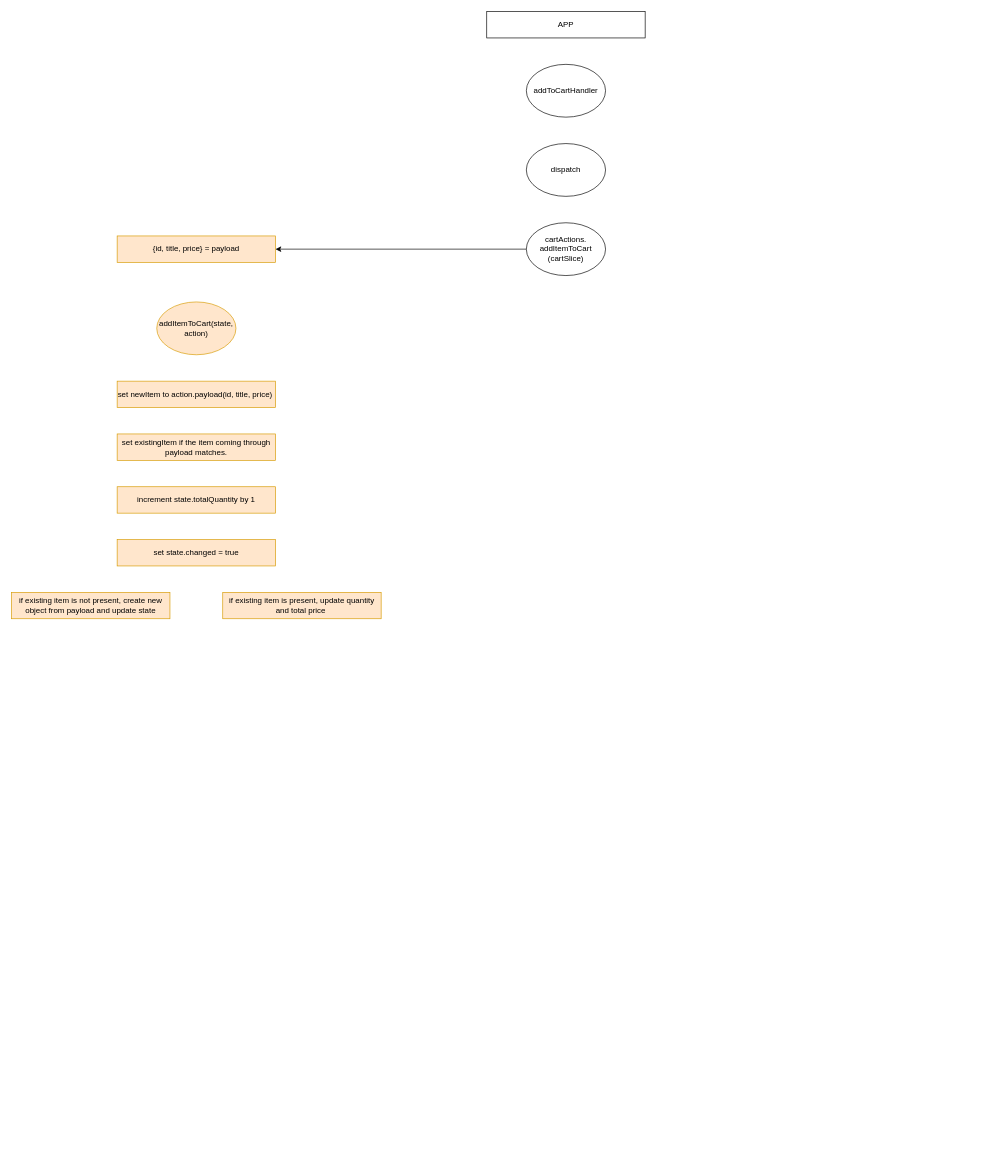
Above: page "Shopping cart- redux - On click Add To Cart" (8 of 8) of Untitled Diagram.drawio in snair0410/story (draw.io), before the change. Source tidied: cells renumbered, new cells numbered last; positions are measured from the earlier drawing's top-left corner, leaving out a move shared by most shapes. Both pictures are drawn from the tidied source at 66%, with x=0, y=0 at pixel (11, 11).
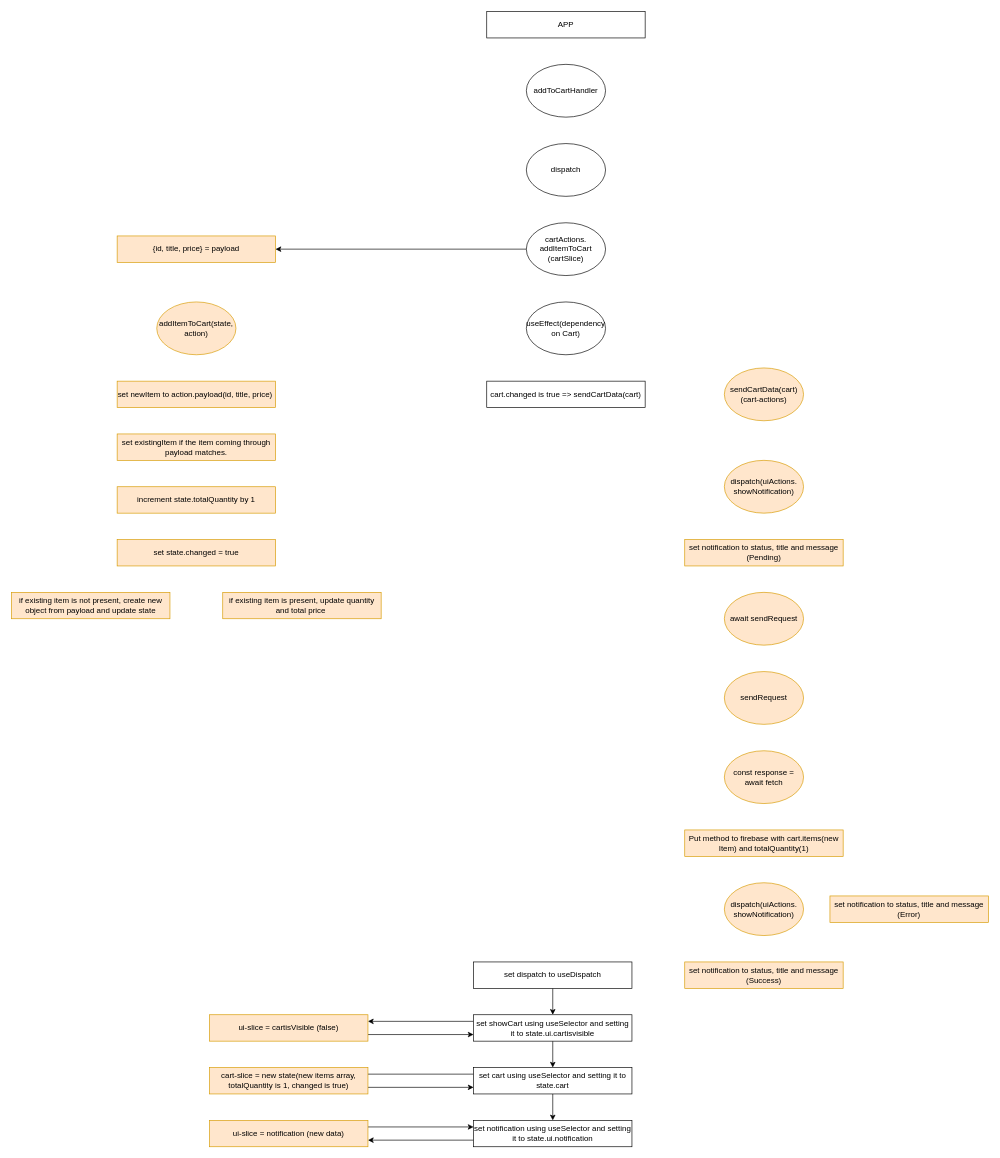
After the change.

The edit, as a diff of the source:
```diff
@@
+    <mxCell id="15" value="useEffect(dependency&lt;br&gt;on Cart)" style="ellipse;whiteSpace=wrap;html=1;" parent="1" vertex="1">
+      <mxGeometry x="780" y="440" width="120" height="80" as="geometry" />
+    </mxCell>
+    <mxCell id="16" value="cart.changed is true =&amp;gt; sendCartData(cart)" style="rounded=0;whiteSpace=wrap;html=1;" parent="1" vertex="1">
+      <mxGeometry x="720" y="560" width="240" height="40" as="geometry" />
+    </mxCell>
+    <mxCell id="17" value="sendCartData(cart)&lt;br&gt;(cart-actions)" style="ellipse;whiteSpace=wrap;html=1;fillColor=#ffe6cc;strokeColor=#d79b00;" parent="1" vertex="1">
+      <mxGeometry x="1080" y="540" width="120" height="80" as="geometry" />
+    </mxCell>
+    <mxCell id="18" value="dispatch(uiActions.&lt;br&gt;showNotification)" style="ellipse;whiteSpace=wrap;html=1;fillColor=#ffe6cc;strokeColor=#d79b00;" parent="1" vertex="1">
+      <mxGeometry x="1080" y="680" width="120" height="80" as="geometry" />
+    </mxCell>
+    <mxCell id="19" value="set notification to status, title and message (Pending)" style="rounded=0;whiteSpace=wrap;html=1;fillColor=#ffe6cc;strokeColor=#d79b00;" parent="1" vertex="1">
+      <mxGeometry x="1020" y="800" width="240" height="40" as="geometry" />
+    </mxCell>
+    <mxCell id="20" value="await sendRequest" style="ellipse;whiteSpace=wrap;html=1;fillColor=#ffe6cc;strokeColor=#d79b00;" parent="1" vertex="1">
+      <mxGeometry x="1080" y="880" width="120" height="80" as="geometry" />
+    </mxCell>
+    <mxCell id="21" value="sendRequest" style="ellipse;whiteSpace=wrap;html=1;fillColor=#ffe6cc;strokeColor=#d79b00;" parent="1" vertex="1">
+      <mxGeometry x="1080" y="1000" width="120" height="80" as="geometry" />
+    </mxCell>
+    <mxCell id="22" value="const response = await fetch" style="ellipse;whiteSpace=wrap;html=1;fillColor=#ffe6cc;strokeColor=#d79b00;" parent="1" vertex="1">
+      <mxGeometry x="1080" y="1120" width="120" height="80" as="geometry" />
+    </mxCell>
+    <mxCell id="23" value="Put method to firebase with cart.items(new Item) and totalQuantity(1)" style="rounded=0;whiteSpace=wrap;html=1;fillColor=#ffe6cc;strokeColor=#d79b00;" parent="1" vertex="1">
+      <mxGeometry x="1020" y="1240" width="240" height="40" as="geometry" />
+    </mxCell>
+    <mxCell id="24" value="dispatch(uiActions.&lt;br&gt;showNotification)" style="ellipse;whiteSpace=wrap;html=1;fillColor=#ffe6cc;strokeColor=#d79b00;" parent="1" vertex="1">
+      <mxGeometry x="1080" y="1320" width="120" height="80" as="geometry" />
+    </mxCell>
+    <mxCell id="25" value="set notification to status, title and message (Success)" style="rounded=0;whiteSpace=wrap;html=1;fillColor=#ffe6cc;strokeColor=#d79b00;" parent="1" vertex="1">
+      <mxGeometry x="1020" y="1440" width="240" height="40" as="geometry" />
+    </mxCell>
+    <mxCell id="26" value="set notification to status, title and message (Error)" style="rounded=0;whiteSpace=wrap;html=1;fillColor=#ffe6cc;strokeColor=#d79b00;" parent="1" vertex="1">
+      <mxGeometry x="1240" y="1340" width="240" height="40" as="geometry" />
+    </mxCell>
+    <mxCell id="27" style="edgeStyle=orthogonalEdgeStyle;rounded=0;jettySize=auto;html=1;exitX=0.5;exitY=1;exitDx=0;exitDy=0;entryX=0.5;entryY=0;entryDx=0;entryDy=0;" parent="1" edge="1" source="28" target="31">
+      <mxGeometry relative="1" as="geometry" />
+    </mxCell>
+    <mxCell id="28" value="set dispatch to useDispatch" style="rounded=0;whiteSpace=wrap;html=1;" parent="1" vertex="1">
+      <mxGeometry x="700" y="1440" width="240" height="40" as="geometry" />
+    </mxCell>
+    <mxCell id="29" style="edgeStyle=orthogonalEdgeStyle;rounded=0;jettySize=auto;html=1;exitX=0;exitY=0.25;exitDx=0;exitDy=0;entryX=1;entryY=0.25;entryDx=0;entryDy=0;" parent="1" edge="1" source="31" target="33">
+      <mxGeometry relative="1" as="geometry" />
+    </mxCell>
+    <mxCell id="30" style="edgeStyle=orthogonalEdgeStyle;rounded=0;jettySize=auto;html=1;exitX=0.5;exitY=1;exitDx=0;exitDy=0;entryX=0.5;entryY=0;entryDx=0;entryDy=0;" parent="1" edge="1" source="31" target="36">
+      <mxGeometry relative="1" as="geometry" />
+    </mxCell>
+    <mxCell id="31" value="set showCart using useSelector and setting it to state.ui.cartisvisible" style="rounded=0;whiteSpace=wrap;html=1;" parent="1" vertex="1">
+      <mxGeometry x="700" y="1520" width="240" height="40" as="geometry" />
+    </mxCell>
+    <mxCell id="32" style="edgeStyle=orthogonalEdgeStyle;rounded=0;jettySize=auto;html=1;exitX=1;exitY=0.75;exitDx=0;exitDy=0;entryX=0;entryY=0.75;entryDx=0;entryDy=0;" parent="1" edge="1" source="33" target="31">
+      <mxGeometry relative="1" as="geometry" />
+    </mxCell>
+    <mxCell id="33" value="ui-slice = cartisVisible (false)" style="rounded=0;whiteSpace=wrap;html=1;fillColor=#ffe6cc;strokeColor=#d79b00;" parent="1" vertex="1">
+      <mxGeometry x="300" y="1520" width="240" height="40" as="geometry" />
+    </mxCell>
+    <mxCell id="34" style="edgeStyle=orthogonalEdgeStyle;rounded=0;jettySize=auto;html=1;exitX=0;exitY=0.25;exitDx=0;exitDy=0;entryX=0.958;entryY=0.25;entryDx=0;entryDy=0;entryPerimeter=0;" parent="1" edge="1" source="36" target="38">
+      <mxGeometry relative="1" as="geometry" />
+    </mxCell>
+    <mxCell id="35" style="edgeStyle=orthogonalEdgeStyle;rounded=0;jettySize=auto;html=1;exitX=0.5;exitY=1;exitDx=0;exitDy=0;entryX=0.5;entryY=0;entryDx=0;entryDy=0;" parent="1" edge="1" source="36" target="40">
+      <mxGeometry relative="1" as="geometry" />
+    </mxCell>
+    <mxCell id="36" value="set cart using useSelector and setting it to state.cart" style="rounded=0;whiteSpace=wrap;html=1;" parent="1" vertex="1">
+      <mxGeometry x="700" y="1600" width="240" height="40" as="geometry" />
+    </mxCell>
+    <mxCell id="37" style="edgeStyle=orthogonalEdgeStyle;rounded=0;jettySize=auto;html=1;exitX=1;exitY=0.75;exitDx=0;exitDy=0;entryX=0;entryY=0.75;entryDx=0;entryDy=0;" parent="1" edge="1" source="38" target="36">
+      <mxGeometry relative="1" as="geometry" />
+    </mxCell>
+    <mxCell id="38" value="cart-slice = new state(new items array, totalQuantity is 1, changed is true)" style="rounded=0;whiteSpace=wrap;html=1;fillColor=#ffe6cc;strokeColor=#d79b00;" parent="1" vertex="1">
+      <mxGeometry x="300" y="1600" width="240" height="40" as="geometry" />
+    </mxCell>
+    <mxCell id="39" style="edgeStyle=orthogonalEdgeStyle;rounded=0;jettySize=auto;html=1;exitX=0;exitY=0.75;exitDx=0;exitDy=0;entryX=1;entryY=0.75;entryDx=0;entryDy=0;" parent="1" edge="1" source="40" target="42">
+      <mxGeometry relative="1" as="geometry" />
+    </mxCell>
+    <mxCell id="40" value="set notification using useSelector and setting it to state.ui.notification" style="rounded=0;whiteSpace=wrap;html=1;" parent="1" vertex="1">
+      <mxGeometry x="700" y="1680" width="240" height="40" as="geometry" />
+    </mxCell>
+    <mxCell id="41" style="edgeStyle=orthogonalEdgeStyle;rounded=0;jettySize=auto;html=1;exitX=1;exitY=0.25;exitDx=0;exitDy=0;entryX=0;entryY=0.25;entryDx=0;entryDy=0;" parent="1" edge="1" source="42" target="40">
+      <mxGeometry relative="1" as="geometry" />
+    </mxCell>
+    <mxCell id="42" value="ui-slice = notification (new data)" style="rounded=0;whiteSpace=wrap;html=1;fillColor=#ffe6cc;strokeColor=#d79b00;" parent="1" vertex="1">
+      <mxGeometry x="300" y="1680" width="240" height="40" as="geometry" />
+    </mxCell>
```
